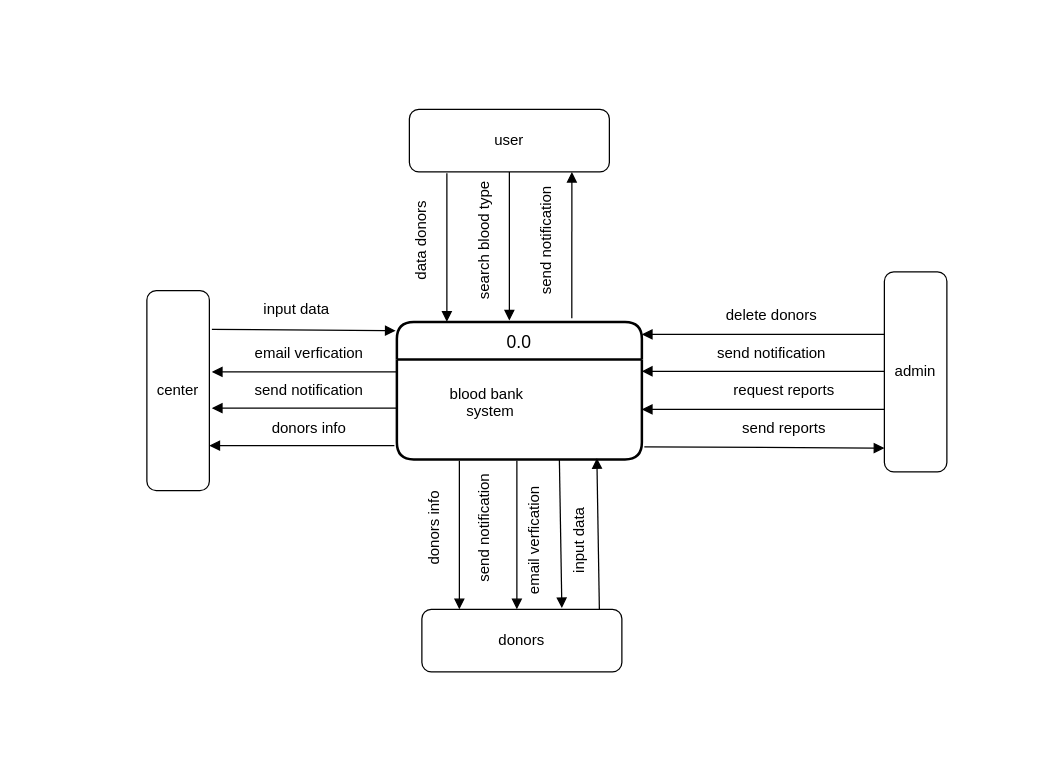
Earlier version of the draw.io diagram diagrams/context dagiram.drawio (m-alhoomaidi/Blood-Bank). Source tidied: cells renumbered, new cells numbered last; positions are measured from the earlier drawing's top-left corner, leaving out a move shared by most shapes. Both pictures are drawn from the tidied source at 125%, with x=0, y=0 at pixel (146, 109).
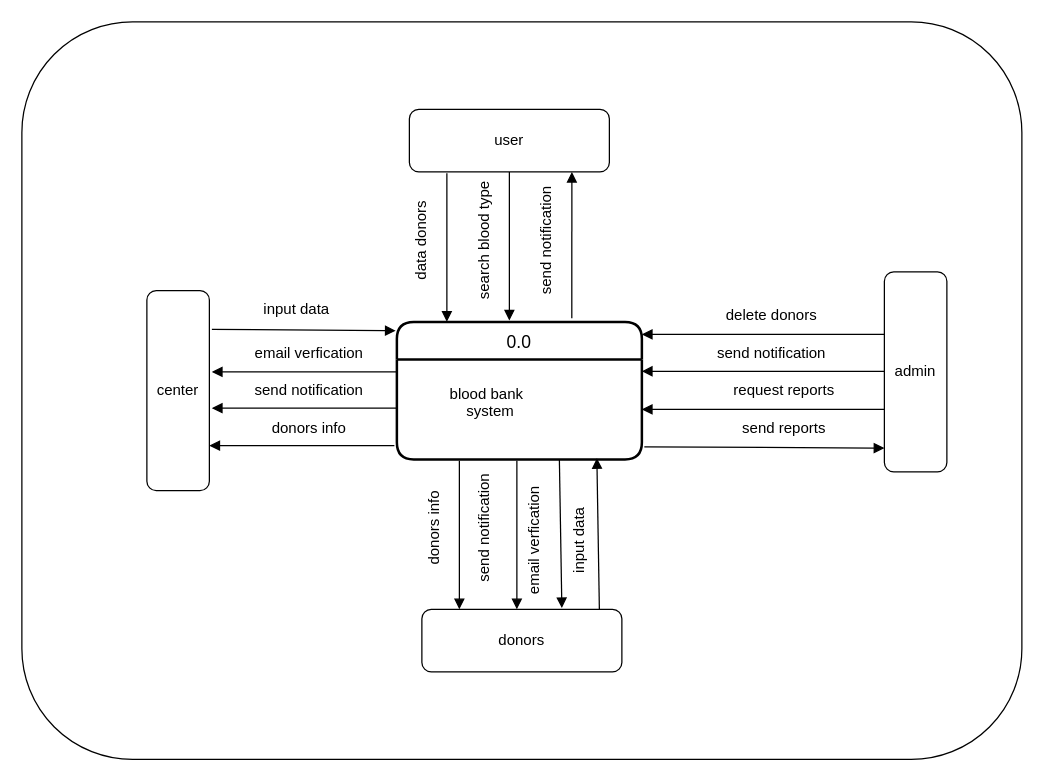
The same page after the edit.

Change to the diagram source:
```diff
@@
+    <mxCell id="38" style="rounded=1;whiteSpace=wrap;html=1;" parent="1" vertex="1">
+      <mxGeometry x="-100" y="-70" width="800" height="590" as="geometry" />
+    </mxCell>
```
